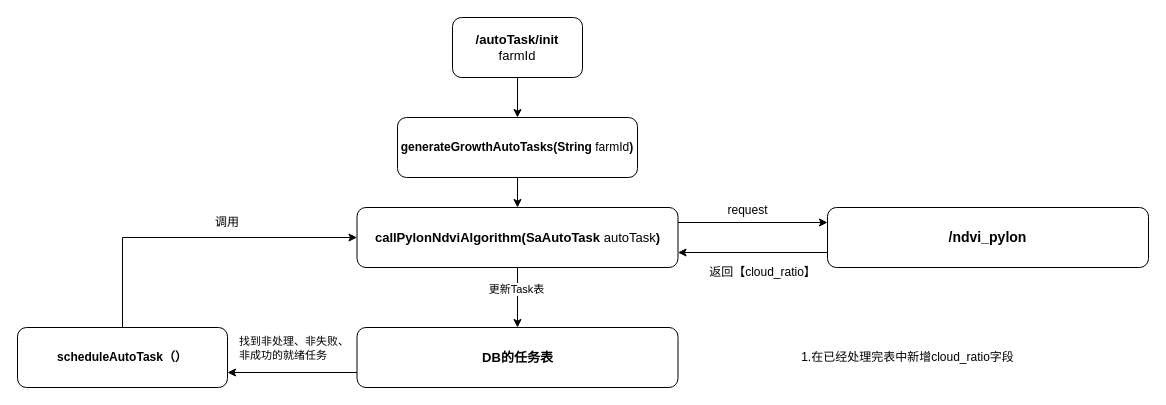
Before: page "第 1 页" (1 of 2) of SA架构.drawio in RK-JD/DrawIO, a draw.io diagram. Source tidied: cells renumbered, new cells numbered last; positions are measured from the earlier drawing's top-left corner, leaving out a move shared by most shapes. Both pictures are drawn from the tidied source at 100%, with x=0, y=0 at pixel (17, 17).
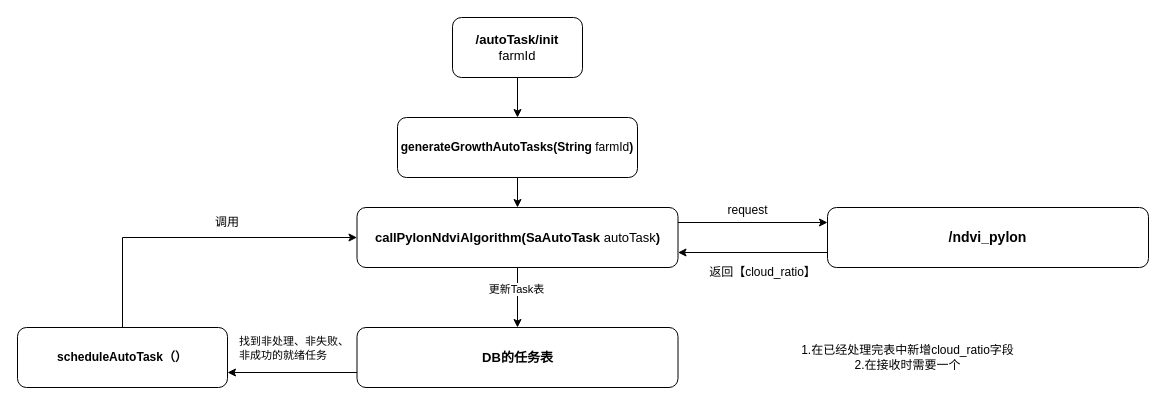
After the change.

What changed in the source:
```diff
@@
-    <mxCell id="12" value="1.在已经处理完表中新增cloud_ratio字段" style="text;html=1;align=center;verticalAlign=middle;strokeColor=none;fillColor=none;" parent="1" vertex="1">
-      <mxGeometry x="770" y="325" width="240" height="30" as="geometry" />
+    <mxCell id="12" value="1.在已经处理完表中新增cloud_ratio字段&lt;br&gt;2.在接收时需要一个" style="text;html=1;align=center;verticalAlign=middle;strokeColor=none;fillColor=none;" parent="1" vertex="1">
+      <mxGeometry x="770" y="320" width="240" height="40" as="geometry" />
     </mxCell>
```
